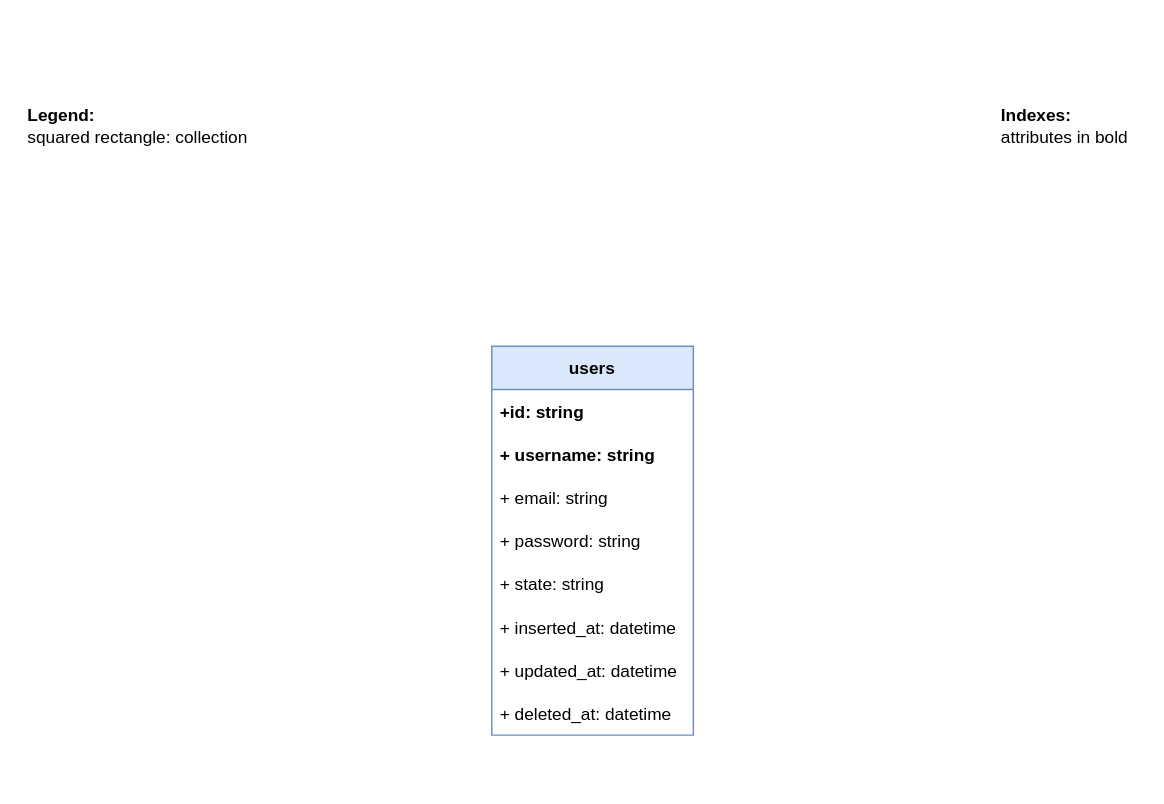
Earlier version of the draw.io diagram napps/db_collections/assets/user_db.drawio.xml (kytos-ng/kytos-ng.github.io). Source tidied: cells renumbered, new cells numbered last; positions are measured from the earlier drawing's top-left corner, leaving out a move shared by most shapes. Both pictures are drawn from the tidied source at 144%, with x=0, y=0 at pixel (24, 23).
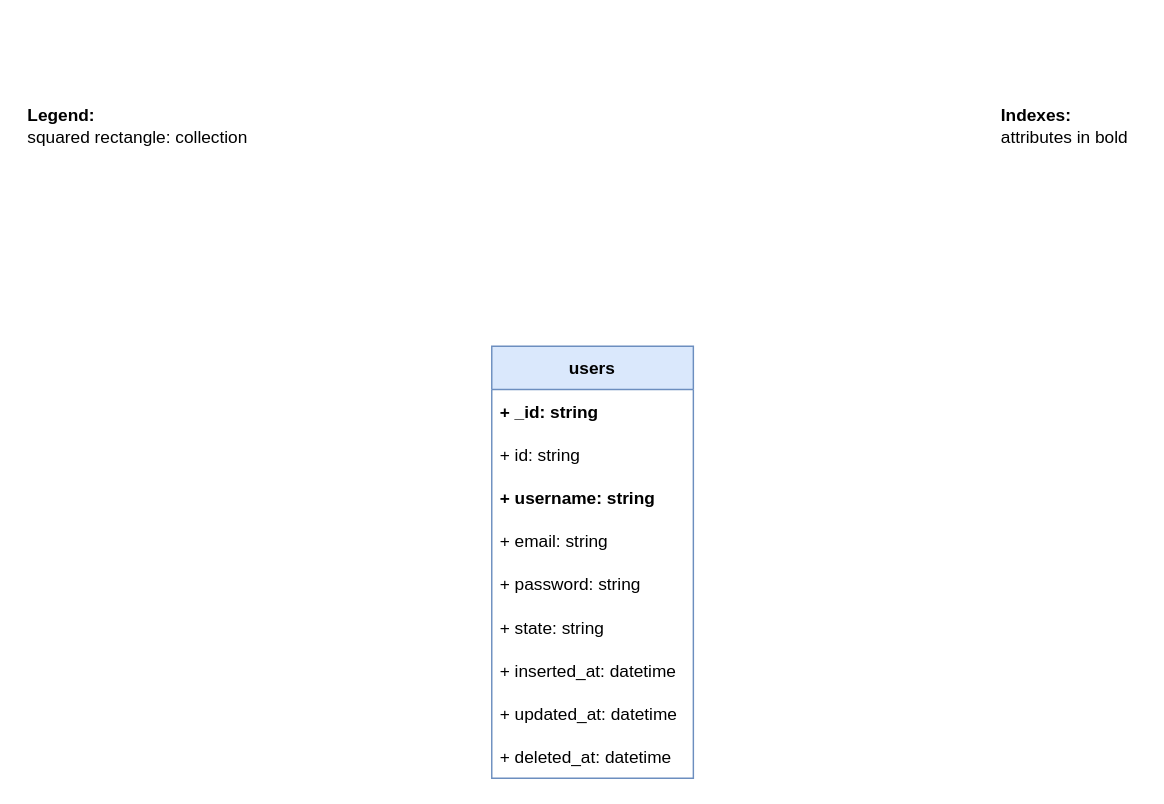
The same page after the edit.

Commit message:
Added _id also indexed

Change to the diagram source:
```diff
@@
 <mxGraphModel>
   <root>
     <mxCell id="0" />
     <mxCell id="1" parent="0" />
     <mxCell id="2" value="users" style="swimlane;fontStyle=1;horizontal=1;startSize=30;strokeColor=#6C8EBF;fillColor=#DAE8FC;" parent="1" vertex="1">
-      <mxGeometry x="324" y="224" width="140" height="270" as="geometry" />
+      <mxGeometry x="324" y="224" width="140" height="300" as="geometry" />
     </mxCell>
+    <mxCell id="13" value="+ _id: string" style="text;strokeColor=none;fillColor=none;align=left;verticalAlign=middle;spacingLeft=4;spacingRight=4;overflow=hidden;fontStyle=1;" parent="2" vertex="1">
+      <mxGeometry y="30" width="140" height="30" as="geometry" />
+    </mxCell>
-    <mxCell id="3" value="+id: string" style="text;strokeColor=none;fillColor=none;align=left;verticalAlign=middle;spacingLeft=4;spacingRight=4;overflow=hidden;fontStyle=1;" parent="2" vertex="1">
-      <mxGeometry y="30" width="140" height="30" as="geometry" />
+    <mxCell id="3" value="+ id: string" style="text;strokeColor=none;fillColor=none;align=left;verticalAlign=middle;spacingLeft=4;spacingRight=4;overflow=hidden;fontStyle=0;" parent="2" vertex="1">
+      <mxGeometry y="60" width="140" height="30" as="geometry" />
     </mxCell>
     <mxCell id="4" value="+ username: string" style="text;strokeColor=none;fillColor=none;align=left;verticalAlign=middle;spacingLeft=4;spacingRight=4;overflow=hidden;fontStyle=1;" parent="2" vertex="1">
-      <mxGeometry y="60" width="140" height="30" as="geometry" />
+      <mxGeometry y="90" width="140" height="30" as="geometry" />
     </mxCell>
     <mxCell id="5" value="+ email: string" style="text;strokeColor=none;fillColor=none;align=left;verticalAlign=middle;spacingLeft=4;spacingRight=4;overflow=hidden;" parent="2" vertex="1">
-      <mxGeometry y="90" width="140" height="30" as="geometry" />
+      <mxGeometry y="120" width="140" height="30" as="geometry" />
     </mxCell>
     <mxCell id="6" value="+ password: string" style="text;strokeColor=none;fillColor=none;align=left;verticalAlign=middle;spacingLeft=4;spacingRight=4;overflow=hidden;fontStyle=0;" parent="2" vertex="1">
-      <mxGeometry y="120" width="140" height="30" as="geometry" />
+      <mxGeometry y="150" width="140" height="30" as="geometry" />
     </mxCell>
     <mxCell id="7" value="+ state: string" style="text;strokeColor=none;fillColor=none;align=left;verticalAlign=middle;spacingLeft=4;spacingRight=4;overflow=hidden;" parent="2" vertex="1">
-      <mxGeometry y="150" width="140" height="30" as="geometry" />
+      <mxGeometry y="180" width="140" height="30" as="geometry" />
     </mxCell>
     <mxCell id="8" value="+ inserted_at: datetime" style="text;strokeColor=none;fillColor=none;align=left;verticalAlign=middle;spacingLeft=4;spacingRight=4;overflow=hidden;" parent="2" vertex="1">
-      <mxGeometry y="180" width="140" height="30" as="geometry" />
+      <mxGeometry y="210" width="140" height="30" as="geometry" />
     </mxCell>
     <mxCell id="9" value="+ updated_at: datetime" style="text;strokeColor=none;fillColor=none;align=left;verticalAlign=middle;spacingLeft=4;spacingRight=4;overflow=hidden;" parent="2" vertex="1">
-      <mxGeometry y="210" width="140" height="30" as="geometry" />
+      <mxGeometry y="240" width="140" height="30" as="geometry" />
     </mxCell>
     <mxCell id="10" value="+ deleted_at: datetime" style="text;strokeColor=none;fillColor=none;align=left;verticalAlign=middle;spacingLeft=4;spacingRight=4;overflow=hidden;" parent="2" vertex="1">
-      <mxGeometry y="240" width="140" height="30" as="geometry" />
+      <mxGeometry y="270" width="140" height="30" as="geometry" />
     </mxCell>
     <mxCell id="11" value="&lt;b&gt;Indexes:&lt;/b&gt;&lt;br&gt;attributes in bold" style="text;html=1;strokeColor=none;fillColor=none;align=left;verticalAlign=middle;whiteSpace=wrap;rounded=0;" parent="1" vertex="1">
       <mxGeometry x="676" y="34" width="98" height="73" as="geometry" />
     </mxCell>
     <mxCell id="12" value="&lt;b&gt;Legend:&lt;/b&gt;&lt;br&gt;squared rectangle: collection" style="text;html=1;strokeColor=none;fillColor=none;align=left;verticalAlign=middle;whiteSpace=wrap;rounded=0;" parent="1" vertex="1">
       <mxGeometry y="0.5" width="190" height="140" as="geometry" />
     </mxCell>
   </root>
 </mxGraphModel>
```
